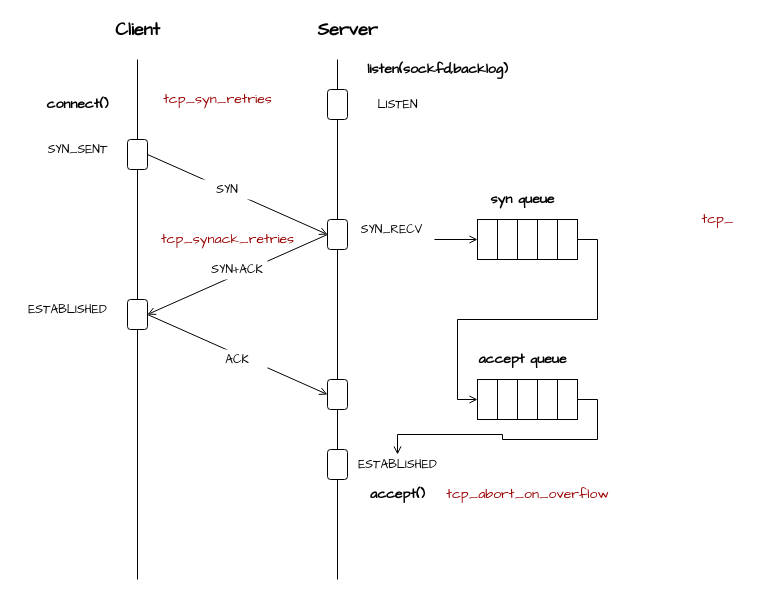
Above: page "第 1 页" (1 of 2) of 未命名绘图.drawio in XiaoWeiKIN/k8s (draw.io), before the change. Source tidied: cells renumbered, new cells numbered last; positions are measured from the earlier drawing's top-left corner, leaving out a move shared by most shapes. Both pictures are drawn from the tidied source at 100%, with x=0, y=0 at pixel (17, 19).
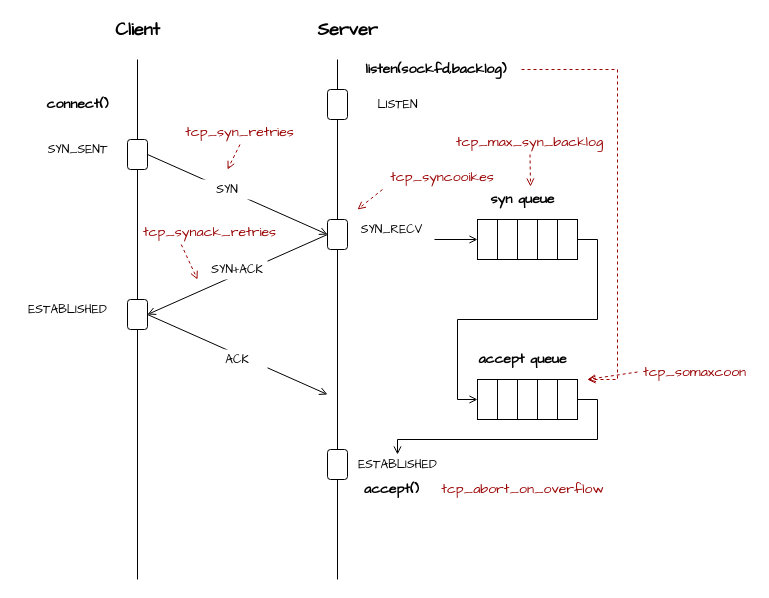
After the change.

Commit message:
更新未命名绘图.drawio

Unchanged cells that the change refers to:
```xml
<mxCell id="7" style="rounded=1;whiteSpace=wrap;html=1;" parent="1" vertex="1">
  <mxGeometry x="310" y="200" width="20" height="30" as="geometry" />
</mxCell>
<mxCell id="10" style="rounded=1;whiteSpace=wrap;html=1;" parent="1" vertex="1">
  <mxGeometry x="110" y="280" width="20" height="30" as="geometry" />
</mxCell>
<mxCell id="23" style="rounded=0;whiteSpace=wrap;html=1;strokeWidth=1;" parent="1" vertex="1">
  <mxGeometry x="540" y="360" width="20" height="40" as="geometry" />
</mxCell>
<mxCell id="32" value="&lt;b style=&quot;font-family: &amp;#34;comic sans ms&amp;#34;&quot;&gt;&lt;font style=&quot;font-size: 14px&quot;&gt;syn queue&lt;/font&gt;&lt;/b&gt;" style="text;html=1;align=center;verticalAlign=middle;points=[];fillColor=none;strokeColor=none;rounded=0;" parent="1" vertex="1">
  <mxGeometry x="465" y="170" width="80" height="20" as="geometry" />
</mxCell>
<mxCell id="34" style="rounded=1;whiteSpace=wrap;html=1;" parent="1" vertex="1">
  <mxGeometry x="310" y="430" width="20" height="30" as="geometry" />
</mxCell>
<mxCell id="47" value="&lt;font face=&quot;Comic Sans MS&quot;&gt;ESTABLISHED&lt;/font&gt;" style="text;html=1;align=center;verticalAlign=middle;points=[];fillColor=none;strokeColor=none;rounded=0;" parent="1" vertex="1">
  <mxGeometry x="330" y="435" width="100" height="20" as="geometry" />
</mxCell>
```

Diff of the diagram source:
```diff
@@
-    <mxCell id="8" style="endArrow=none;html=1;strokeWidth=1;" parent="1" edge="1" source="11" target="7">
-      <mxGeometry relative="1" as="geometry" />
+    <mxCell id="8" style="endArrow=none;html=1;strokeWidth=1;" parent="1" edge="1" target="7">
+      <mxGeometry relative="1" as="geometry">
+        <mxPoint x="320" y="400" as="sourcePoint" />
+      </mxGeometry>
     </mxCell>
-    <mxCell id="9" style="edgeStyle=none;rounded=0;jettySize=auto;html=1;exitX=1;exitY=0.5;exitDx=0;exitDy=0;entryX=0;entryY=0.5;entryDx=0;entryDy=0;endArrow=open;endFill=0;strokeWidth=1;" parent="1" edge="1" source="10" target="11">
-      <mxGeometry relative="1" as="geometry" />
+    <mxCell id="9" style="edgeStyle=none;rounded=0;jettySize=auto;html=1;exitX=1;exitY=0.5;exitDx=0;exitDy=0;entryX=0;entryY=0.5;entryDx=0;entryDy=0;endArrow=open;endFill=0;strokeWidth=1;" parent="1" edge="1" source="10">
+      <mxGeometry relative="1" as="geometry">
+        <mxPoint x="310" y="375" as="targetPoint" />
+      </mxGeometry>
     </mxCell>
@@
-    <mxCell id="11" style="rounded=1;whiteSpace=wrap;html=1;" parent="1" vertex="1">
-      <mxGeometry x="310" y="360" width="20" height="30" as="geometry" />
-    </mxCell>
-    <mxCell id="12" style="endArrow=none;html=1;strokeWidth=1;" parent="1" edge="1" source="34" target="11">
-      <mxGeometry relative="1" as="geometry" />
+    <mxCell id="12" style="endArrow=none;html=1;strokeWidth=1;" parent="1" edge="1" source="34">
+      <mxGeometry relative="1" as="geometry">
+        <mxPoint x="320" y="390" as="targetPoint" />
+      </mxGeometry>
     </mxCell>
@@
-    <mxCell id="30" value="&lt;b style=&quot;font-family: &amp;#34;comic sans ms&amp;#34;&quot;&gt;&lt;font style=&quot;font-size: 14px&quot;&gt;listen(sockfd,backlog)&lt;/font&gt;&lt;/b&gt;" style="text;html=1;align=center;verticalAlign=middle;points=[];fillColor=none;strokeColor=none;rounded=0;" parent="1" vertex="1">
-      <mxGeometry x="340" y="40" width="160" height="20" as="geometry" />
-    </mxCell>
@@
     <mxCell id="36" value="&lt;b style=&quot;font-family: &amp;#34;comic sans ms&amp;#34;&quot;&gt;&lt;font style=&quot;font-size: 14px&quot;&gt;accept()&lt;/font&gt;&lt;/b&gt;" style="text;html=1;align=center;verticalAlign=middle;fillColor=none;strokeColor=none;rounded=0;" parent="1" vertex="1">
-      <mxGeometry x="345" y="465" width="70" height="20" as="geometry" />
+      <mxGeometry x="339" y="460" width="70" height="20" as="geometry" />
     </mxCell>
@@
-    <mxCell id="43" value="&lt;span style=&quot;color: rgb(153 , 0 , 0) ; font-family: &amp;#34;comic sans ms&amp;#34; ; font-size: 14px&quot;&gt;tcp_syn_retries&lt;/span&gt;" style="text;html=1;align=center;verticalAlign=middle;points=[];fillColor=none;strokeColor=none;rounded=0;" parent="1" vertex="1">
-      <mxGeometry x="140" y="70" width="120" height="20" as="geometry" />
-    </mxCell>
-    <mxCell id="44" value="&lt;span style=&quot;color: rgb(153 , 0 , 0) ; font-family: &amp;#34;comic sans ms&amp;#34; ; font-size: 14px&quot;&gt;tcp_synack_retries&lt;/span&gt;" style="text;html=1;align=center;verticalAlign=middle;points=[];fillColor=none;strokeColor=none;rounded=0;" parent="1" vertex="1">
-      <mxGeometry x="140" y="210" width="140" height="20" as="geometry" />
-    </mxCell>
     <mxCell id="45" value="&lt;span style=&quot;color: rgb(153 , 0 , 0) ; font-family: &amp;#34;comic sans ms&amp;#34; ; font-size: 14px&quot;&gt;tcp_abort_on_overflow&lt;/span&gt;" style="text;html=1;align=center;verticalAlign=middle;fillColor=none;strokeColor=none;rounded=0;" parent="1" vertex="1">
-      <mxGeometry x="425" y="465" width="170" height="20" as="geometry" />
+      <mxGeometry x="420" y="460" width="170" height="20" as="geometry" />
     </mxCell>
-    <mxCell id="46" value="&lt;span style=&quot;color: rgb(153 , 0 , 0) ; font-family: &amp;#34;comic sans ms&amp;#34; ; font-size: 14px&quot;&gt;tcp_&lt;/span&gt;" style="text;html=1;align=center;verticalAlign=middle;fillColor=none;strokeColor=none;rounded=0;" parent="1" vertex="1">
-      <mxGeometry x="675" y="190" width="50" height="20" as="geometry" />
-    </mxCell>
@@
     <mxCell id="48" style="edgeStyle=orthogonalEdgeStyle;rounded=0;jettySize=auto;html=1;exitX=1;exitY=0.5;exitDx=0;exitDy=0;endArrow=open;endFill=0;strokeWidth=1;" parent="1" edge="1" source="23" target="47">
-      <mxGeometry relative="1" as="geometry" />
+      <mxGeometry relative="1" as="geometry">
+        <Array as="points">
+          <mxPoint x="580" y="380" />
+          <mxPoint x="580" y="420" />
+          <mxPoint x="380" y="420" />
+        </Array>
+      </mxGeometry>
     </mxCell>
+    <mxCell id="49" style="rounded=1;jettySize=auto;html=1;exitX=0.5;exitY=1;exitDx=0;exitDy=0;dashed=1;endArrow=open;endFill=0;strokeWidth=1;strokeColor=#990000;" parent="1" edge="1" source="43">
+      <mxGeometry relative="1" as="geometry">
+        <mxPoint x="210" y="150" as="targetPoint" />
+      </mxGeometry>
+    </mxCell>
+    <mxCell id="43" value="&lt;span style=&quot;color: rgb(153 , 0 , 0) ; font-family: &amp;#34;comic sans ms&amp;#34; ; font-size: 14px&quot;&gt;tcp_syn_retries&lt;/span&gt;" style="rounded=0;whiteSpace=wrap;html=1;strokeColor=none;fillColor=none;" parent="1" vertex="1">
+      <mxGeometry x="165" y="100" width="115" height="25" as="geometry" />
+    </mxCell>
+    <mxCell id="50" style="edgeStyle=none;rounded=1;jettySize=auto;html=1;exitX=0.25;exitY=1;exitDx=0;exitDy=0;dashed=1;endArrow=open;endFill=0;strokeColor=#990000;strokeWidth=1;" parent="1" edge="1" source="44">
+      <mxGeometry relative="1" as="geometry">
+        <mxPoint x="180" y="260" as="targetPoint" />
+      </mxGeometry>
+    </mxCell>
+    <mxCell id="44" value="&lt;span style=&quot;color: rgb(153 , 0 , 0) ; font-family: &amp;#34;comic sans ms&amp;#34; ; font-size: 14px&quot;&gt;tcp_synack_retries&lt;/span&gt;" style="rounded=0;whiteSpace=wrap;html=1;strokeColor=none;fillColor=none;" parent="1" vertex="1">
+      <mxGeometry x="135" y="200" width="115" height="25" as="geometry" />
+    </mxCell>
+    <mxCell id="51" style="edgeStyle=none;rounded=1;jettySize=auto;html=1;exitX=0.5;exitY=1;exitDx=0;exitDy=0;entryX=0.6;entryY=-0.15;entryDx=0;entryDy=0;entryPerimeter=0;dashed=1;endArrow=open;endFill=0;strokeColor=#990000;strokeWidth=1;" parent="1" edge="1" source="52" target="32">
+      <mxGeometry relative="1" as="geometry" />
+    </mxCell>
+    <mxCell id="52" value="&lt;span style=&quot;color: rgb(153 , 0 , 0) ; font-family: &amp;#34;comic sans ms&amp;#34; ; font-size: 14px&quot;&gt;tcp_max_syn_backlog&lt;/span&gt;" style="rounded=0;whiteSpace=wrap;html=1;strokeColor=none;fillColor=none;" parent="1" vertex="1">
+      <mxGeometry x="455" y="110" width="115" height="25" as="geometry" />
+    </mxCell>
+    <mxCell id="53" style="rounded=1;jettySize=auto;html=1;exitX=0;exitY=1;exitDx=0;exitDy=0;dashed=1;endArrow=open;endFill=0;strokeColor=#990000;strokeWidth=1;" parent="1" edge="1" source="54">
+      <mxGeometry relative="1" as="geometry">
+        <mxPoint x="340" y="190" as="targetPoint" />
+      </mxGeometry>
+    </mxCell>
+    <mxCell id="54" value="&lt;span style=&quot;color: rgb(153 , 0 , 0) ; font-family: &amp;#34;comic sans ms&amp;#34; ; font-size: 14px&quot;&gt;tcp_syncooikes&lt;/span&gt;" style="rounded=0;whiteSpace=wrap;html=1;strokeColor=none;fillColor=none;" parent="1" vertex="1">
+      <mxGeometry x="365" y="145" width="120" height="25" as="geometry" />
+    </mxCell>
+    <mxCell id="55" style="edgeStyle=orthogonalEdgeStyle;rounded=0;jettySize=auto;html=1;exitX=1;exitY=0.5;exitDx=0;exitDy=0;dashed=1;endArrow=open;endFill=0;strokeColor=#990000;strokeWidth=1;" parent="1" edge="1" source="30">
+      <mxGeometry relative="1" as="geometry">
+        <mxPoint x="570" y="360" as="targetPoint" />
+        <Array as="points">
+          <mxPoint x="600" y="50" />
+          <mxPoint x="600" y="360" />
+        </Array>
+      </mxGeometry>
+    </mxCell>
+    <mxCell id="30" value="&lt;b style=&quot;font-family: &amp;#34;comic sans ms&amp;#34;&quot;&gt;&lt;font style=&quot;font-size: 14px&quot;&gt;listen(sockfd,backlog)&lt;/font&gt;&lt;/b&gt;" style="rounded=0;whiteSpace=wrap;html=1;fillColor=none;strokeColor=none;" parent="1" vertex="1">
+      <mxGeometry x="334" y="40" width="170" height="20" as="geometry" />
+    </mxCell>
+    <mxCell id="56" style="edgeStyle=none;rounded=0;jettySize=auto;html=1;exitX=0;exitY=0.5;exitDx=0;exitDy=0;dashed=1;endArrow=open;endFill=0;strokeColor=#990000;strokeWidth=1;" parent="1" edge="1" source="57">
+      <mxGeometry relative="1" as="geometry">
+        <mxPoint x="570" y="360" as="targetPoint" />
+      </mxGeometry>
+    </mxCell>
+    <mxCell id="57" value="&lt;span style=&quot;color: rgb(153 , 0 , 0) ; font-family: &amp;#34;comic sans ms&amp;#34; ; font-size: 14px&quot;&gt;tcp_somaxcoon&lt;/span&gt;" style="rounded=0;whiteSpace=wrap;html=1;strokeColor=none;fillColor=none;" parent="1" vertex="1">
+      <mxGeometry x="620" y="340" width="115" height="25" as="geometry" />
+    </mxCell>
```
